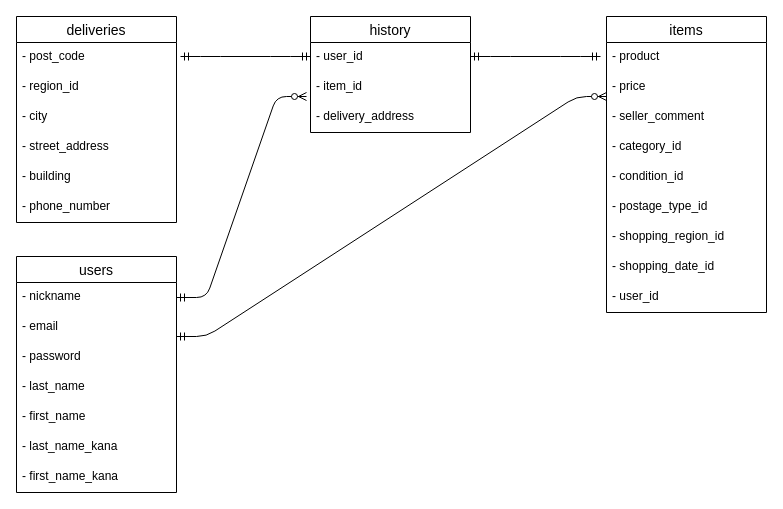
The draw.io diagram furima.dio in amino0422/furima-40534, before the edit. Source tidied: cells renumbered, new cells numbered last; positions are measured from the earlier drawing's top-left corner, leaving out a move shared by most shapes. Both pictures are drawn from the tidied source at 100%, with x=0, y=0 at pixel (16, 16).
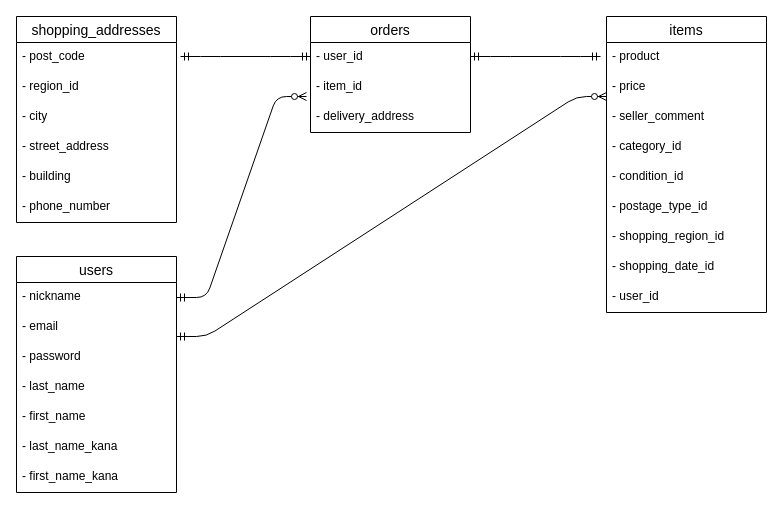
The same diagram, later.

What changed in the source:
```diff
@@
-    <mxCell id="20" value="deliveries" style="swimlane;fontStyle=0;horizontal=1;startSize=26;align=center;fontSize=14;" parent="1" vertex="1">
+    <mxCell id="20" value="shopping_addresses" style="swimlane;fontStyle=0;horizontal=1;startSize=26;align=center;fontSize=14;" parent="1" vertex="1">
       <mxGeometry width="160" height="206" as="geometry" />
     </mxCell>
@@
-    <mxCell id="27" value="history" style="swimlane;fontStyle=0;horizontal=1;startSize=26;align=center;fontSize=14;" parent="1" vertex="1">
+    <mxCell id="27" value="orders" style="swimlane;fontStyle=0;horizontal=1;startSize=26;align=center;fontSize=14;" parent="1" vertex="1">
       <mxGeometry x="294" width="160" height="116" as="geometry" />
     </mxCell>
```
